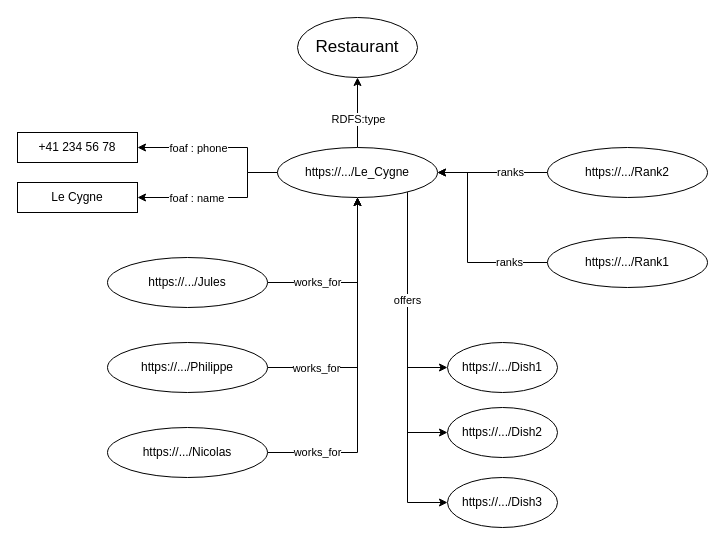
CH-KevinDubois/MAS-RAD-4-WEB-Mini-Projet keeps this draw.io diagram as schema/instanceRestaurant.dio. Above is the earlier version. Source tidied: cells renumbered, new cells numbered last; positions are measured from the earlier drawing's top-left corner, leaving out a move shared by most shapes. Both pictures are drawn from the tidied source at 100%, with x=0, y=0 at pixel (17, 17).
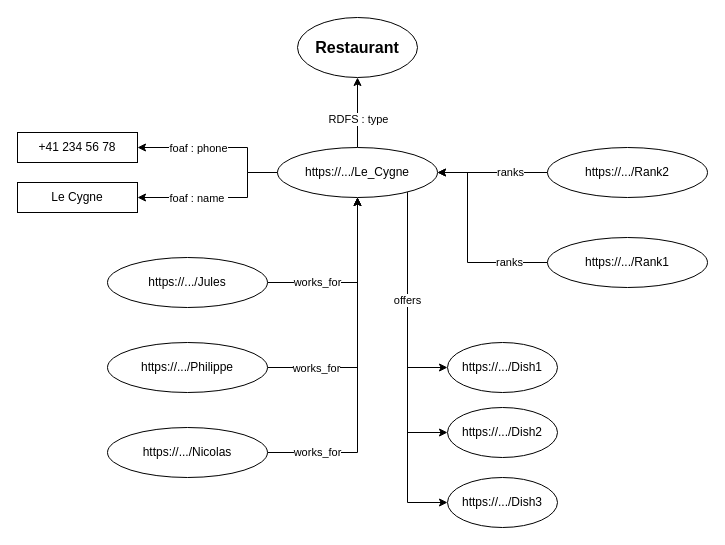
The same page after the edit.

The change refers to these unchanged cells:
```xml
<mxCell id="5" style="edgeStyle=orthogonalEdgeStyle;rounded=0;jettySize=auto;html=1;entryX=0.5;entryY=1;entryDx=0;entryDy=0;" parent="1" edge="1" source="11" target="14">
  <mxGeometry relative="1" as="geometry" />
</mxCell>
```

What changed in the source:
```diff
@@
-    <mxCell id="6" value="RDFS:type" style="edgeLabel;html=1;align=center;verticalAlign=middle;" parent="5" vertex="1">
+    <mxCell id="6" value="RDFS : type" style="edgeLabel;html=1;align=center;verticalAlign=middle;" parent="5" vertex="1">
       <mxGeometry x="-0.33" y="-1" relative="1" as="geometry">
         <mxPoint x="-1" y="-6" as="offset" />
       </mxGeometry>
     </mxCell>
@@
-    <mxCell id="14" value="&lt;font style=&quot;font-size: 17px&quot;&gt;Restaurant&lt;/font&gt;" style="ellipse;whiteSpace=wrap;html=1;" parent="1" vertex="1">
+    <mxCell id="14" value="&lt;font style=&quot;font-size: 16px;&quot;&gt;Restaurant&lt;/font&gt;" style="ellipse;whiteSpace=wrap;html=1;fontStyle=1;fontSize=16;" parent="1" vertex="1">
       <mxGeometry x="280" width="120" height="60" as="geometry" />
     </mxCell>
```
